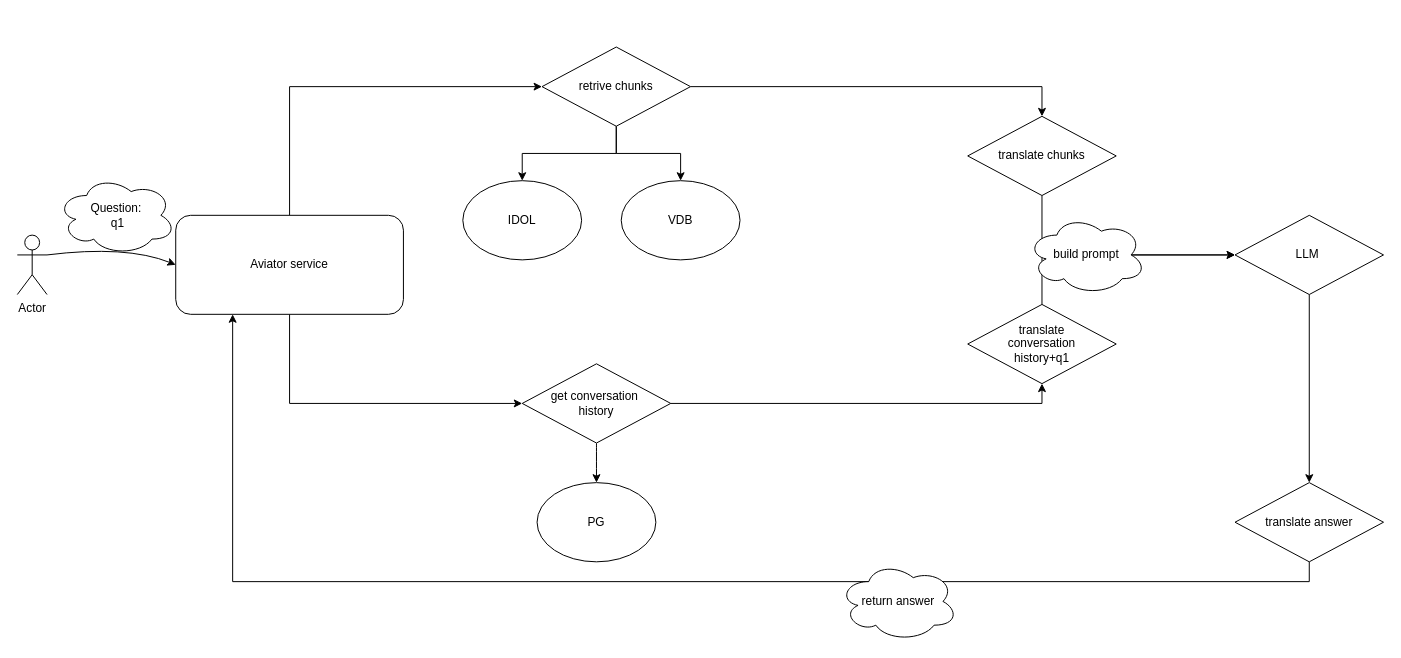
Above: LLM/translate.drawio in Ice-YcY/Diagram (draw.io), before the change. Source tidied: cells renumbered, new cells numbered last; positions are measured from the earlier drawing's top-left corner, leaving out a move shared by most shapes. Both pictures are drawn from the tidied source at 99%, with x=0, y=0 at pixel (17, 47).
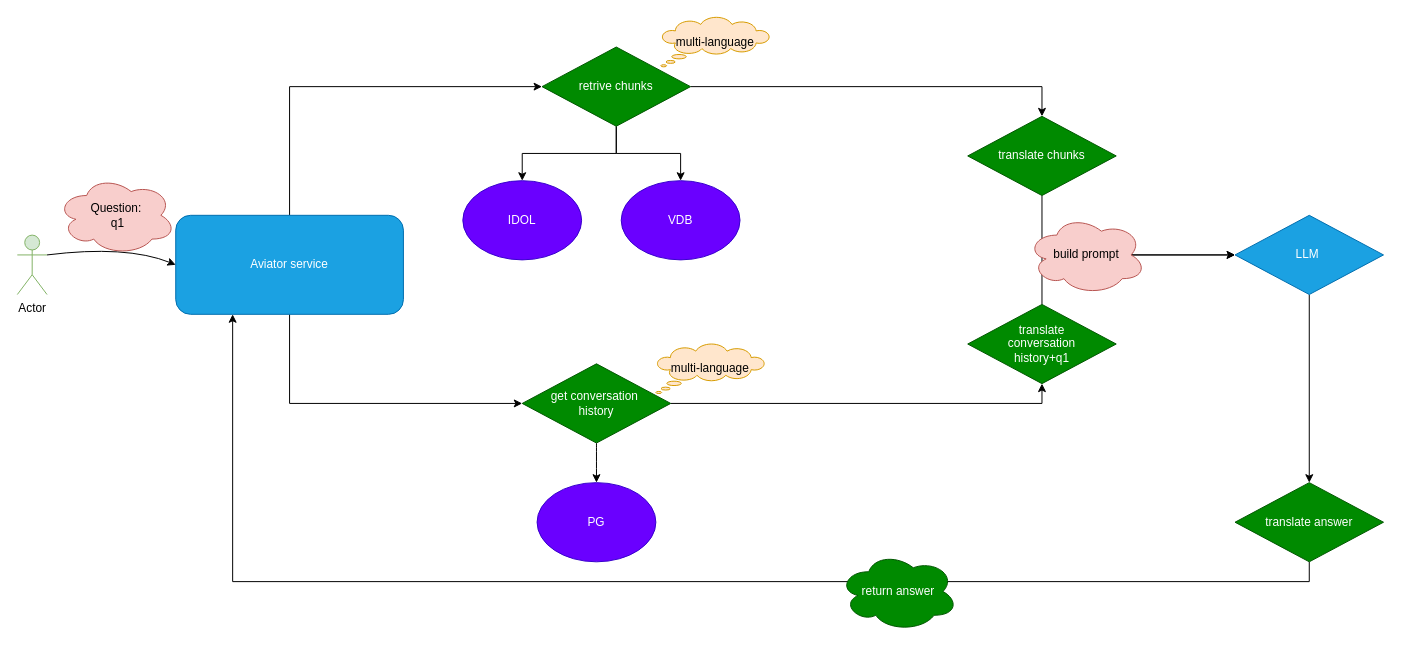
The same page after the edit.

Change to the diagram source:
```diff
@@
-    <mxCell id="2" value="Actor" style="shape=umlActor;verticalLabelPosition=bottom;verticalAlign=top;html=1;outlineConnect=0;" parent="1" vertex="1">
+    <mxCell id="2" value="Actor" style="shape=umlActor;verticalLabelPosition=bottom;verticalAlign=top;html=1;outlineConnect=0;fillColor=#d5e8d4;strokeColor=#82b366;" parent="1" vertex="1">
       <mxGeometry y="190" width="30" height="60" as="geometry" />
     </mxCell>
@@
-    <mxCell id="5" value="Aviator service" style="rounded=1;whiteSpace=wrap;html=1;" parent="1" vertex="1">
+    <mxCell id="5" value="Aviator service" style="rounded=1;whiteSpace=wrap;html=1;fillColor=#1ba1e2;fontColor=#ffffff;strokeColor=#006EAF;" parent="1" vertex="1">
       <mxGeometry x="160" y="170" width="230" height="100" as="geometry" />
     </mxCell>
@@
-    <mxCell id="7" value="Question:&lt;div&gt;&amp;nbsp;q1&lt;/div&gt;" style="ellipse;shape=cloud;whiteSpace=wrap;html=1;" parent="1" vertex="1">
+    <mxCell id="7" value="Question:&lt;div&gt;&amp;nbsp;q1&lt;/div&gt;" style="ellipse;shape=cloud;whiteSpace=wrap;html=1;fillColor=#f8cecc;strokeColor=#b85450;" parent="1" vertex="1">
       <mxGeometry x="40" y="130" width="120" height="80" as="geometry" />
     </mxCell>
-    <mxCell id="8" value="IDOL" style="ellipse;whiteSpace=wrap;html=1;" parent="1" vertex="1">
+    <mxCell id="8" value="IDOL" style="ellipse;whiteSpace=wrap;html=1;fillColor=#6a00ff;fontColor=#ffffff;strokeColor=#3700CC;" parent="1" vertex="1">
       <mxGeometry x="450" y="135" width="120" height="80" as="geometry" />
     </mxCell>
-    <mxCell id="9" value="VDB" style="ellipse;whiteSpace=wrap;html=1;" parent="1" vertex="1">
+    <mxCell id="9" value="VDB" style="ellipse;whiteSpace=wrap;html=1;fillColor=#6a00ff;fontColor=#ffffff;strokeColor=#3700CC;" parent="1" vertex="1">
       <mxGeometry x="610" y="135" width="120" height="80" as="geometry" />
     </mxCell>
@@
-    <mxCell id="13" value="retrive chunks" style="rhombus;whiteSpace=wrap;html=1;" parent="1" vertex="1">
+    <mxCell id="13" value="retrive chunks" style="rhombus;whiteSpace=wrap;html=1;fillColor=#008a00;fontColor=#ffffff;strokeColor=#005700;" parent="1" vertex="1">
       <mxGeometry x="530" width="150" height="80" as="geometry" />
     </mxCell>
-    <mxCell id="14" value="PG" style="ellipse;whiteSpace=wrap;html=1;" parent="1" vertex="1">
+    <mxCell id="14" value="PG" style="ellipse;whiteSpace=wrap;html=1;fillColor=#6a00ff;fontColor=#ffffff;strokeColor=#3700CC;" parent="1" vertex="1">
       <mxGeometry x="525" y="440" width="120" height="80" as="geometry" />
     </mxCell>
@@
-    <mxCell id="16" value="get conversation&amp;nbsp;&lt;div&gt;history&lt;/div&gt;" style="rhombus;whiteSpace=wrap;html=1;" parent="1" vertex="1">
+    <mxCell id="16" value="get conversation&amp;nbsp;&lt;div&gt;history&lt;/div&gt;" style="rhombus;whiteSpace=wrap;html=1;fillColor=#008a00;fontColor=#ffffff;strokeColor=#005700;" parent="1" vertex="1">
       <mxGeometry x="510" y="320" width="150" height="80" as="geometry" />
     </mxCell>
@@
-    <mxCell id="19" value="translate&lt;div&gt;&amp;nbsp;conversation&amp;nbsp;&lt;div&gt;history+q1&lt;/div&gt;&lt;/div&gt;" style="rhombus;whiteSpace=wrap;html=1;" parent="1" vertex="1">
+    <mxCell id="19" value="translate&lt;div&gt;&amp;nbsp;conversation&amp;nbsp;&lt;div&gt;history+q1&lt;/div&gt;&lt;/div&gt;" style="rhombus;whiteSpace=wrap;html=1;fillColor=#008a00;fontColor=#ffffff;strokeColor=#005700;" parent="1" vertex="1">
       <mxGeometry x="960" y="260" width="150" height="80" as="geometry" />
     </mxCell>
@@
-    <mxCell id="21" value="translate chunks" style="rhombus;whiteSpace=wrap;html=1;" parent="1" vertex="1">
+    <mxCell id="21" value="translate chunks" style="rhombus;whiteSpace=wrap;html=1;fillColor=#008a00;fontColor=#ffffff;strokeColor=#005700;" parent="1" vertex="1">
       <mxGeometry x="960" y="70" width="150" height="80" as="geometry" />
     </mxCell>
@@
-    <mxCell id="23" value="LLM&amp;nbsp;" style="rhombus;whiteSpace=wrap;html=1;" parent="1" vertex="1">
+    <mxCell id="23" value="LLM&amp;nbsp;" style="rhombus;whiteSpace=wrap;html=1;fillColor=#1ba1e2;fontColor=#ffffff;strokeColor=#006EAF;" parent="1" vertex="1">
       <mxGeometry x="1230" y="170" width="150" height="80" as="geometry" />
     </mxCell>
-    <mxCell id="24" value="build prompt" style="ellipse;shape=cloud;whiteSpace=wrap;html=1;" parent="1" vertex="1">
+    <mxCell id="24" value="build prompt" style="ellipse;shape=cloud;whiteSpace=wrap;html=1;fillColor=#f8cecc;strokeColor=#b85450;" parent="1" vertex="1">
       <mxGeometry x="1020" y="170" width="120" height="80" as="geometry" />
     </mxCell>
@@
-    <mxCell id="26" value="translate answer" style="rhombus;whiteSpace=wrap;html=1;" parent="1" vertex="1">
+    <mxCell id="26" value="translate answer" style="rhombus;whiteSpace=wrap;html=1;fillColor=#008a00;fontColor=#ffffff;strokeColor=#005700;" parent="1" vertex="1">
       <mxGeometry x="1230" y="440" width="150" height="80" as="geometry" />
     </mxCell>
-    <mxCell id="27" value="return answer" style="ellipse;shape=cloud;whiteSpace=wrap;html=1;" parent="1" vertex="1">
-      <mxGeometry x="830" y="520" width="120" height="80" as="geometry" />
+    <mxCell id="27" value="return answer" style="ellipse;shape=cloud;whiteSpace=wrap;html=1;fillColor=#008a00;fontColor=#ffffff;strokeColor=#005700;" parent="1" vertex="1">
+      <mxGeometry x="830" y="510" width="120" height="80" as="geometry" />
     </mxCell>
+    <mxCell id="28" value="multi-language" style="whiteSpace=wrap;html=1;shape=mxgraph.basic.cloud_callout;fillColor=#ffe6cc;strokeColor=#d79b00;" parent="1" vertex="1">
+      <mxGeometry x="650" y="-30" width="110" height="50" as="geometry" />
+    </mxCell>
+    <mxCell id="29" value="multi-language" style="whiteSpace=wrap;html=1;shape=mxgraph.basic.cloud_callout;fillColor=#ffe6cc;strokeColor=#d79b00;" parent="1" vertex="1">
+      <mxGeometry x="645" y="300" width="110" height="50" as="geometry" />
+    </mxCell>
```
